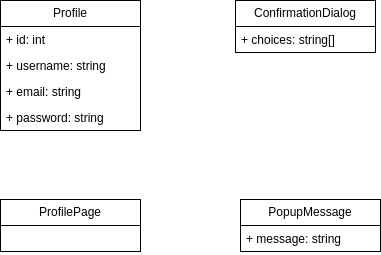
The draw.io diagram reports/edit-profile-domain.drawio.png in YannisRavasopoulos/ProjectSD_S6, before a commit. Source tidied: cells renumbered, new cells last; positions are measured from the earlier drawing's top-left corner, leaving out a move shared by most shapes.
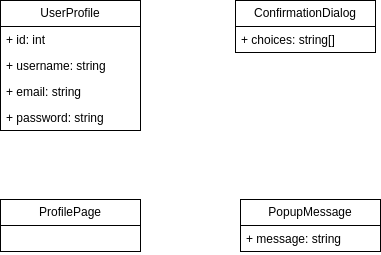
The same diagram one commit later.

The edit, as a diff of the source:
```diff
@@ -5,7 +5,7 @@
     <mxCell id="2" value="ProfilePage" style="swimlane;fontStyle=0;horizontal=1;startSize=26;fillColor=none;whiteSpace=wrap;html=1;" parent="1" vertex="1">
       <mxGeometry y="199" width="140" height="52" as="geometry" />
     </mxCell>
-    <mxCell id="3" value="Profile" style="swimlane;fontStyle=0;horizontal=1;startSize=26;fillColor=none;whiteSpace=wrap;html=1;" parent="1" vertex="1">
+    <mxCell id="3" value="UserProfile" style="swimlane;fontStyle=0;horizontal=1;startSize=26;fillColor=none;whiteSpace=wrap;html=1;" parent="1" vertex="1">
       <mxGeometry width="140" height="130" as="geometry" />
     </mxCell>
     <mxCell id="4" value="+ id: int" style="text;strokeColor=none;fillColor=none;align=left;verticalAlign=top;spacingLeft=4;spacingRight=4;overflow=hidden;whiteSpace=wrap;html=1;" parent="3" vertex="1">
```
